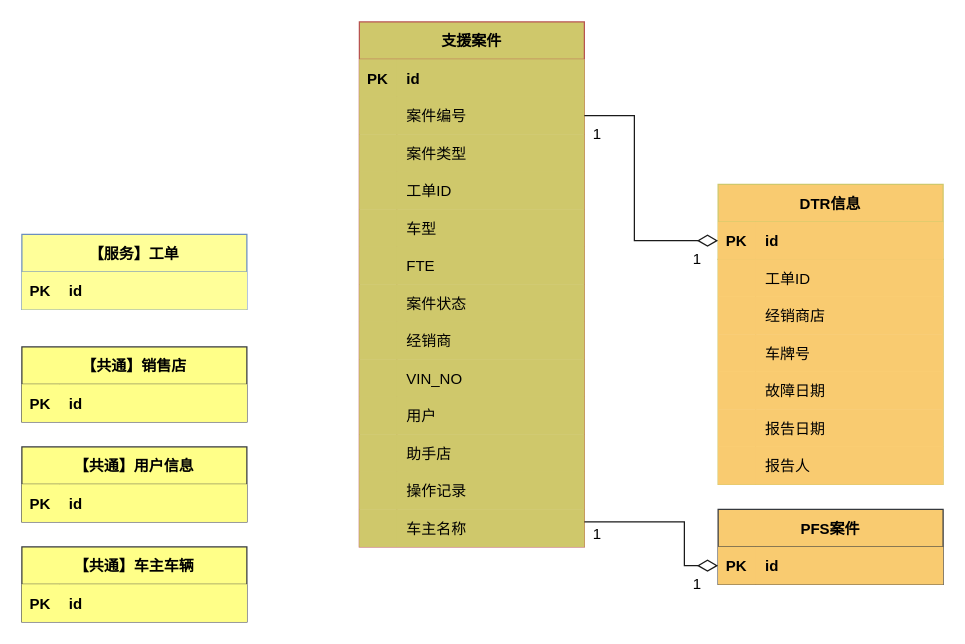
Earlier version of the draw.io diagram page "支援案件聚合根" (5 of 23) of images/支援案件时序图.drawio (1132489442/designer). Source tidied: cells renumbered, new cells numbered last; positions are measured from the earlier drawing's top-left corner, leaving out a move shared by most shapes. Both pictures are drawn from the tidied source at 125%, with x=0, y=0 at pixel (21, 21).
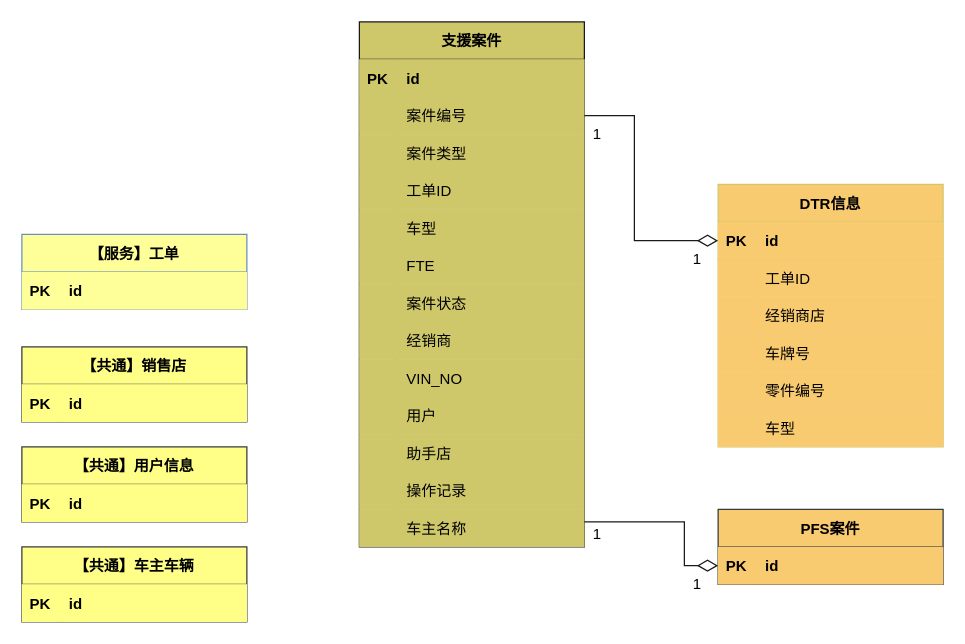
The same diagram, later.

Commit message (it also covers changes not shown here):
更新支援案件时序图.drawio

The change refers to these unchanged cells:
```xml
<mxCell id="75" style="shape=partialRectangle;fillColor=#F9CB70;top=0;left=0;bottom=0;right=0;strokeColor=#CFC86B;spacingTop=0;fontStyle=0;perimeterSpacing=0;swimlaneLine=1;sketch=0;shadow=0;labelBorderColor=none;labelBackgroundColor=none;" parent="62" vertex="1">
  <mxGeometry y="150" width="180" height="30" as="geometry" />
</mxCell>
<mxCell id="78" style="shape=partialRectangle;fillColor=#F9CB70;top=0;left=0;bottom=0;right=0;strokeColor=#CFC86B;spacingTop=0;fontStyle=0;perimeterSpacing=0;swimlaneLine=1;sketch=0;shadow=0;labelBorderColor=none;labelBackgroundColor=none;" parent="62" vertex="1">
  <mxGeometry y="180" width="180" height="30" as="geometry" />
</mxCell>
```

Diff of the diagram source:
```diff
@@
-    <mxCell id="6" value="支援案件" style="shape=table;startSize=30;childLayout=tableLayout;rowLines=0;fontStyle=1;align=center;fillColor=#CFC86B;strokeColor=#b85450;" parent="1" vertex="1">
+    <mxCell id="6" value="支援案件" style="shape=table;startSize=30;childLayout=tableLayout;rowLines=0;fontStyle=1;align=center;fillColor=#CFC86B;strokeColor=#1A1A1A;" parent="1" vertex="1">
       <mxGeometry x="270" width="180" height="420" as="geometry" />
     </mxCell>
-    <mxCell id="7" style="shape=partialRectangle;fillColor=#CFC86B;top=0;left=0;bottom=0;right=0;strokeColor=#b85450;" parent="6" vertex="1">
+    <mxCell id="7" style="shape=partialRectangle;fillColor=#CFC86B;top=0;left=0;bottom=0;right=0;strokeColor=#1A1A1A;" parent="6" vertex="1">
       <mxGeometry y="30" width="180" height="30" as="geometry" />
     </mxCell>
-    <mxCell id="8" value="PK" style="shape=partialRectangle;fillColor=#CFC86B;top=0;left=0;bottom=0;right=0;overflow=hidden;strokeColor=#b85450;fontStyle=1;" parent="7" vertex="1">
+    <mxCell id="8" value="PK" style="shape=partialRectangle;fillColor=#CFC86B;top=0;left=0;bottom=0;right=0;overflow=hidden;strokeColor=#1A1A1A;fontStyle=1;" parent="7" vertex="1">
       <mxGeometry width="30" height="30" as="geometry" />
     </mxCell>
-    <mxCell id="9" value="id" style="shape=partialRectangle;fillColor=#CFC86B;top=0;left=0;bottom=0;right=0;align=left;spacingLeft=6;overflow=hidden;strokeColor=#b85450;fontStyle=1;" parent="7" vertex="1">
+    <mxCell id="9" value="id" style="shape=partialRectangle;fillColor=#CFC86B;top=0;left=0;bottom=0;right=0;align=left;spacingLeft=6;overflow=hidden;strokeColor=#1A1A1A;fontStyle=1;" parent="7" vertex="1">
       <mxGeometry x="30" width="150" height="30" as="geometry" />
     </mxCell>
-    <mxCell id="10" style="shape=partialRectangle;fillColor=#CFC86B;top=0;left=0;bottom=0;right=0;points=[[0,0.5],[1,0.5]];portConstraint=eastwest;strokeColor=#b85450;" parent="6" vertex="1">
+    <mxCell id="10" style="shape=partialRectangle;fillColor=#CFC86B;top=0;left=0;bottom=0;right=0;points=[[0,0.5],[1,0.5]];portConstraint=eastwest;strokeColor=#1A1A1A;" parent="6" vertex="1">
       <mxGeometry y="60" width="180" height="30" as="geometry" />
     </mxCell>
-    <mxCell id="11" style="shape=partialRectangle;fillColor=#CFC86B;top=0;left=0;bottom=0;right=0;overflow=hidden;strokeColor=#b85450;" parent="10" vertex="1">
+    <mxCell id="11" style="shape=partialRectangle;fillColor=#CFC86B;top=0;left=0;bottom=0;right=0;overflow=hidden;strokeColor=#1A1A1A;" parent="10" vertex="1">
       <mxGeometry width="30" height="30" as="geometry" />
     </mxCell>
-    <mxCell id="12" value="案件编号" style="shape=partialRectangle;fillColor=#CFC86B;top=0;left=0;bottom=0;right=0;align=left;spacingLeft=6;overflow=hidden;strokeColor=#b85450;" parent="10" vertex="1">
+    <mxCell id="12" value="案件编号" style="shape=partialRectangle;fillColor=#CFC86B;top=0;left=0;bottom=0;right=0;align=left;spacingLeft=6;overflow=hidden;strokeColor=#1A1A1A;" parent="10" vertex="1">
       <mxGeometry x="30" width="150" height="30" as="geometry" />
     </mxCell>
-    <mxCell id="13" style="shape=partialRectangle;fillColor=#CFC86B;top=0;left=0;bottom=0;right=0;strokeColor=#b85450;" parent="6" vertex="1">
+    <mxCell id="13" style="shape=partialRectangle;fillColor=#CFC86B;top=0;left=0;bottom=0;right=0;strokeColor=#1A1A1A;" parent="6" vertex="1">
       <mxGeometry y="90" width="180" height="30" as="geometry" />
     </mxCell>
-    <mxCell id="14" style="shape=partialRectangle;fillColor=#CFC86B;top=0;left=0;bottom=0;right=0;overflow=hidden;strokeColor=#b85450;" parent="13" vertex="1">
+    <mxCell id="14" style="shape=partialRectangle;fillColor=#CFC86B;top=0;left=0;bottom=0;right=0;overflow=hidden;strokeColor=#1A1A1A;" parent="13" vertex="1">
       <mxGeometry width="30" height="30" as="geometry" />
     </mxCell>
-    <mxCell id="15" value="案件类型" style="shape=partialRectangle;fillColor=#CFC86B;top=0;left=0;bottom=0;right=0;align=left;spacingLeft=6;overflow=hidden;strokeColor=#b85450;" parent="13" vertex="1">
+    <mxCell id="15" value="案件类型" style="shape=partialRectangle;fillColor=#CFC86B;top=0;left=0;bottom=0;right=0;align=left;spacingLeft=6;overflow=hidden;strokeColor=#1A1A1A;" parent="13" vertex="1">
       <mxGeometry x="30" width="150" height="30" as="geometry" />
     </mxCell>
-    <mxCell id="16" style="shape=partialRectangle;fillColor=#CFC86B;top=0;left=0;bottom=0;right=0;strokeColor=#b85450;" parent="6" vertex="1">
+    <mxCell id="16" style="shape=partialRectangle;fillColor=#CFC86B;top=0;left=0;bottom=0;right=0;strokeColor=#1A1A1A;" parent="6" vertex="1">
       <mxGeometry y="120" width="180" height="30" as="geometry" />
     </mxCell>
-    <mxCell id="17" style="shape=partialRectangle;fillColor=#CFC86B;top=0;left=0;bottom=0;right=0;overflow=hidden;strokeColor=#b85450;" parent="16" vertex="1">
+    <mxCell id="17" style="shape=partialRectangle;fillColor=#CFC86B;top=0;left=0;bottom=0;right=0;overflow=hidden;strokeColor=#1A1A1A;" parent="16" vertex="1">
       <mxGeometry width="30" height="30" as="geometry" />
     </mxCell>
-    <mxCell id="18" value="工单ID" style="shape=partialRectangle;fillColor=#CFC86B;top=0;left=0;bottom=0;right=0;align=left;spacingLeft=6;overflow=hidden;strokeColor=#b85450;" parent="16" vertex="1">
+    <mxCell id="18" value="工单ID" style="shape=partialRectangle;fillColor=#CFC86B;top=0;left=0;bottom=0;right=0;align=left;spacingLeft=6;overflow=hidden;strokeColor=#1A1A1A;" parent="16" vertex="1">
       <mxGeometry x="30" width="150" height="30" as="geometry" />
     </mxCell>
-    <mxCell id="19" style="shape=partialRectangle;fillColor=#CFC86B;top=0;left=0;bottom=0;right=0;strokeColor=#b85450;" parent="6" vertex="1">
+    <mxCell id="19" style="shape=partialRectangle;fillColor=#CFC86B;top=0;left=0;bottom=0;right=0;strokeColor=#1A1A1A;" parent="6" vertex="1">
       <mxGeometry y="150" width="180" height="30" as="geometry" />
     </mxCell>
-    <mxCell id="20" style="shape=partialRectangle;fillColor=#CFC86B;top=0;left=0;bottom=0;right=0;overflow=hidden;strokeColor=#b85450;" parent="19" vertex="1">
+    <mxCell id="20" style="shape=partialRectangle;fillColor=#CFC86B;top=0;left=0;bottom=0;right=0;overflow=hidden;strokeColor=#1A1A1A;" parent="19" vertex="1">
       <mxGeometry width="30" height="30" as="geometry" />
     </mxCell>
-    <mxCell id="21" value="车型" style="shape=partialRectangle;fillColor=#CFC86B;top=0;left=0;bottom=0;right=0;align=left;spacingLeft=6;overflow=hidden;strokeColor=#b85450;" parent="19" vertex="1">
+    <mxCell id="21" value="车型" style="shape=partialRectangle;fillColor=#CFC86B;top=0;left=0;bottom=0;right=0;align=left;spacingLeft=6;overflow=hidden;strokeColor=#1A1A1A;" parent="19" vertex="1">
       <mxGeometry x="30" width="150" height="30" as="geometry" />
     </mxCell>
-    <mxCell id="22" style="shape=partialRectangle;fillColor=#CFC86B;top=0;left=0;bottom=0;right=0;strokeColor=#b85450;" parent="6" vertex="1">
+    <mxCell id="22" style="shape=partialRectangle;fillColor=#CFC86B;top=0;left=0;bottom=0;right=0;strokeColor=#1A1A1A;" parent="6" vertex="1">
       <mxGeometry y="180" width="180" height="30" as="geometry" />
     </mxCell>
-    <mxCell id="23" style="shape=partialRectangle;fillColor=#CFC86B;top=0;left=0;bottom=0;right=0;overflow=hidden;strokeColor=#b85450;" parent="22" vertex="1">
+    <mxCell id="23" style="shape=partialRectangle;fillColor=#CFC86B;top=0;left=0;bottom=0;right=0;overflow=hidden;strokeColor=#1A1A1A;" parent="22" vertex="1">
       <mxGeometry width="30" height="30" as="geometry" />
     </mxCell>
-    <mxCell id="24" value="FTE" style="shape=partialRectangle;fillColor=#CFC86B;top=0;left=0;bottom=0;right=0;align=left;spacingLeft=6;overflow=hidden;strokeColor=#b85450;" parent="22" vertex="1">
+    <mxCell id="24" value="FTE" style="shape=partialRectangle;fillColor=#CFC86B;top=0;left=0;bottom=0;right=0;align=left;spacingLeft=6;overflow=hidden;strokeColor=#1A1A1A;" parent="22" vertex="1">
       <mxGeometry x="30" width="150" height="30" as="geometry" />
     </mxCell>
-    <mxCell id="25" style="shape=partialRectangle;fillColor=#CFC86B;top=0;left=0;bottom=0;right=0;strokeColor=#b85450;" parent="6" vertex="1">
+    <mxCell id="25" style="shape=partialRectangle;fillColor=#CFC86B;top=0;left=0;bottom=0;right=0;strokeColor=#1A1A1A;" parent="6" vertex="1">
       <mxGeometry y="210" width="180" height="30" as="geometry" />
     </mxCell>
-    <mxCell id="26" style="shape=partialRectangle;fillColor=#CFC86B;top=0;left=0;bottom=0;right=0;overflow=hidden;strokeColor=#b85450;" parent="25" vertex="1">
+    <mxCell id="26" style="shape=partialRectangle;fillColor=#CFC86B;top=0;left=0;bottom=0;right=0;overflow=hidden;strokeColor=#1A1A1A;" parent="25" vertex="1">
       <mxGeometry width="30" height="30" as="geometry" />
     </mxCell>
-    <mxCell id="27" value="案件状态" style="shape=partialRectangle;fillColor=#CFC86B;top=0;left=0;bottom=0;right=0;align=left;spacingLeft=6;overflow=hidden;strokeColor=#b85450;" parent="25" vertex="1">
+    <mxCell id="27" value="案件状态" style="shape=partialRectangle;fillColor=#CFC86B;top=0;left=0;bottom=0;right=0;align=left;spacingLeft=6;overflow=hidden;strokeColor=#1A1A1A;" parent="25" vertex="1">
       <mxGeometry x="30" width="150" height="30" as="geometry" />
     </mxCell>
-    <mxCell id="28" style="shape=partialRectangle;fillColor=#CFC86B;top=0;left=0;bottom=0;right=0;strokeColor=#b85450;" parent="6" vertex="1">
+    <mxCell id="28" style="shape=partialRectangle;fillColor=#CFC86B;top=0;left=0;bottom=0;right=0;strokeColor=#1A1A1A;" parent="6" vertex="1">
       <mxGeometry y="240" width="180" height="30" as="geometry" />
     </mxCell>
-    <mxCell id="29" style="shape=partialRectangle;fillColor=#CFC86B;top=0;left=0;bottom=0;right=0;overflow=hidden;strokeColor=#b85450;" parent="28" vertex="1">
+    <mxCell id="29" style="shape=partialRectangle;fillColor=#CFC86B;top=0;left=0;bottom=0;right=0;overflow=hidden;strokeColor=#1A1A1A;" parent="28" vertex="1">
       <mxGeometry width="30" height="30" as="geometry" />
     </mxCell>
-    <mxCell id="30" value="经销商" style="shape=partialRectangle;fillColor=#CFC86B;top=0;left=0;bottom=0;right=0;align=left;spacingLeft=6;overflow=hidden;strokeColor=#b85450;" parent="28" vertex="1">
+    <mxCell id="30" value="经销商" style="shape=partialRectangle;fillColor=#CFC86B;top=0;left=0;bottom=0;right=0;align=left;spacingLeft=6;overflow=hidden;strokeColor=#1A1A1A;" parent="28" vertex="1">
       <mxGeometry x="30" width="150" height="30" as="geometry" />
     </mxCell>
-    <mxCell id="31" style="shape=partialRectangle;fillColor=#CFC86B;top=0;left=0;bottom=0;right=0;strokeColor=#b85450;" parent="6" vertex="1">
+    <mxCell id="31" style="shape=partialRectangle;fillColor=#CFC86B;top=0;left=0;bottom=0;right=0;strokeColor=#1A1A1A;" parent="6" vertex="1">
       <mxGeometry y="270" width="180" height="30" as="geometry" />
     </mxCell>
-    <mxCell id="32" style="shape=partialRectangle;fillColor=#CFC86B;top=0;left=0;bottom=0;right=0;overflow=hidden;strokeColor=#b85450;" parent="31" vertex="1">
+    <mxCell id="32" style="shape=partialRectangle;fillColor=#CFC86B;top=0;left=0;bottom=0;right=0;overflow=hidden;strokeColor=#1A1A1A;" parent="31" vertex="1">
       <mxGeometry width="30" height="30" as="geometry" />
     </mxCell>
-    <mxCell id="33" value="VIN_NO" style="shape=partialRectangle;fillColor=#CFC86B;top=0;left=0;bottom=0;right=0;align=left;spacingLeft=6;overflow=hidden;strokeColor=#b85450;" parent="31" vertex="1">
+    <mxCell id="33" value="VIN_NO" style="shape=partialRectangle;fillColor=#CFC86B;top=0;left=0;bottom=0;right=0;align=left;spacingLeft=6;overflow=hidden;strokeColor=#1A1A1A;" parent="31" vertex="1">
       <mxGeometry x="30" width="150" height="30" as="geometry" />
     </mxCell>
-    <mxCell id="34" style="shape=partialRectangle;fillColor=#CFC86B;top=0;left=0;bottom=0;right=0;strokeColor=#b85450;" parent="6" vertex="1">
+    <mxCell id="34" style="shape=partialRectangle;fillColor=#CFC86B;top=0;left=0;bottom=0;right=0;strokeColor=#1A1A1A;" parent="6" vertex="1">
       <mxGeometry y="300" width="180" height="30" as="geometry" />
     </mxCell>
-    <mxCell id="35" style="shape=partialRectangle;fillColor=#CFC86B;top=0;left=0;bottom=0;right=0;overflow=hidden;strokeColor=#b85450;" parent="34" vertex="1">
+    <mxCell id="35" style="shape=partialRectangle;fillColor=#CFC86B;top=0;left=0;bottom=0;right=0;overflow=hidden;strokeColor=#1A1A1A;" parent="34" vertex="1">
       <mxGeometry width="30" height="30" as="geometry" />
     </mxCell>
-    <mxCell id="36" value="用户" style="shape=partialRectangle;fillColor=#CFC86B;top=0;left=0;bottom=0;right=0;align=left;spacingLeft=6;overflow=hidden;strokeColor=#b85450;" parent="34" vertex="1">
+    <mxCell id="36" value="用户" style="shape=partialRectangle;fillColor=#CFC86B;top=0;left=0;bottom=0;right=0;align=left;spacingLeft=6;overflow=hidden;strokeColor=#1A1A1A;" parent="34" vertex="1">
       <mxGeometry x="30" width="150" height="30" as="geometry" />
     </mxCell>
-    <mxCell id="37" style="shape=partialRectangle;fillColor=#CFC86B;top=0;left=0;bottom=0;right=0;strokeColor=#b85450;" parent="6" vertex="1">
+    <mxCell id="37" style="shape=partialRectangle;fillColor=#CFC86B;top=0;left=0;bottom=0;right=0;strokeColor=#1A1A1A;" parent="6" vertex="1">
       <mxGeometry y="330" width="180" height="30" as="geometry" />
     </mxCell>
-    <mxCell id="38" style="shape=partialRectangle;fillColor=#CFC86B;top=0;left=0;bottom=0;right=0;overflow=hidden;strokeColor=#b85450;" parent="37" vertex="1">
+    <mxCell id="38" style="shape=partialRectangle;fillColor=#CFC86B;top=0;left=0;bottom=0;right=0;overflow=hidden;strokeColor=#1A1A1A;" parent="37" vertex="1">
       <mxGeometry width="30" height="30" as="geometry" />
     </mxCell>
-    <mxCell id="39" value="助手店" style="shape=partialRectangle;fillColor=#CFC86B;top=0;left=0;bottom=0;right=0;align=left;spacingLeft=6;overflow=hidden;strokeColor=#b85450;" parent="37" vertex="1">
+    <mxCell id="39" value="助手店" style="shape=partialRectangle;fillColor=#CFC86B;top=0;left=0;bottom=0;right=0;align=left;spacingLeft=6;overflow=hidden;strokeColor=#1A1A1A;" parent="37" vertex="1">
       <mxGeometry x="30" width="150" height="30" as="geometry" />
     </mxCell>
-    <mxCell id="40" style="shape=partialRectangle;fillColor=#CFC86B;top=0;left=0;bottom=0;right=0;strokeColor=#b85450;" parent="6" vertex="1">
+    <mxCell id="40" style="shape=partialRectangle;fillColor=#CFC86B;top=0;left=0;bottom=0;right=0;strokeColor=#1A1A1A;" parent="6" vertex="1">
       <mxGeometry y="360" width="180" height="30" as="geometry" />
     </mxCell>
-    <mxCell id="41" style="shape=partialRectangle;fillColor=#CFC86B;top=0;left=0;bottom=0;right=0;overflow=hidden;strokeColor=#b85450;" parent="40" vertex="1">
+    <mxCell id="41" style="shape=partialRectangle;fillColor=#CFC86B;top=0;left=0;bottom=0;right=0;overflow=hidden;strokeColor=#1A1A1A;" parent="40" vertex="1">
       <mxGeometry width="30" height="30" as="geometry" />
     </mxCell>
-    <mxCell id="42" value="操作记录" style="shape=partialRectangle;fillColor=#CFC86B;top=0;left=0;bottom=0;right=0;align=left;spacingLeft=6;overflow=hidden;strokeColor=#b85450;" parent="40" vertex="1">
+    <mxCell id="42" value="操作记录" style="shape=partialRectangle;fillColor=#CFC86B;top=0;left=0;bottom=0;right=0;align=left;spacingLeft=6;overflow=hidden;strokeColor=#1A1A1A;" parent="40" vertex="1">
       <mxGeometry x="30" width="150" height="30" as="geometry" />
     </mxCell>
-    <mxCell id="43" style="shape=partialRectangle;fillColor=#CFC86B;top=0;left=0;bottom=0;right=0;strokeColor=#b85450;" parent="6" vertex="1">
+    <mxCell id="43" style="shape=partialRectangle;fillColor=#CFC86B;top=0;left=0;bottom=0;right=0;strokeColor=#1A1A1A;" parent="6" vertex="1">
       <mxGeometry y="390" width="180" height="30" as="geometry" />
     </mxCell>
-    <mxCell id="44" style="shape=partialRectangle;fillColor=#CFC86B;top=0;left=0;bottom=0;right=0;overflow=hidden;strokeColor=#b85450;" parent="43" vertex="1">
+    <mxCell id="44" style="shape=partialRectangle;fillColor=#CFC86B;top=0;left=0;bottom=0;right=0;overflow=hidden;strokeColor=#1A1A1A;" parent="43" vertex="1">
       <mxGeometry width="30" height="30" as="geometry" />
     </mxCell>
-    <mxCell id="45" value="车主名称" style="shape=partialRectangle;fillColor=#CFC86B;top=0;left=0;bottom=0;right=0;align=left;spacingLeft=6;overflow=hidden;strokeColor=#b85450;" parent="43" vertex="1">
+    <mxCell id="45" value="车主名称" style="shape=partialRectangle;fillColor=#CFC86B;top=0;left=0;bottom=0;right=0;align=left;spacingLeft=6;overflow=hidden;strokeColor=#1A1A1A;" parent="43" vertex="1">
       <mxGeometry x="30" width="150" height="30" as="geometry" />
     </mxCell>
@@
     <mxCell id="62" value="DTR信息" style="shape=table;startSize=30;childLayout=tableLayout;rowLines=0;fontStyle=1;align=center;strokeColor=#CFC86B;fillColor=#F9CB70;spacingTop=0;perimeterSpacing=0;swimlaneLine=1;sketch=0;shadow=0;labelBorderColor=none;labelBackgroundColor=none;" parent="1" vertex="1">
-      <mxGeometry x="557" y="130" width="180" height="240" as="geometry" />
+      <mxGeometry x="557" y="130" width="180" height="210" as="geometry" />
     </mxCell>
@@
-    <mxCell id="76" style="shape=partialRectangle;fillColor=#F9CB70;top=0;left=0;bottom=0;right=0;overflow=hidden;strokeColor=#CFC86B;spacingTop=0;fontStyle=0;perimeterSpacing=0;swimlaneLine=1;sketch=0;shadow=0;labelBorderColor=none;labelBackgroundColor=none;" parent="75" vertex="1">
-      <mxGeometry width="30" height="30" as="geometry" />
-    </mxCell>
-    <mxCell id="77" value="故障日期" style="shape=partialRectangle;fillColor=#F9CB70;top=0;left=0;bottom=0;right=0;align=left;spacingLeft=6;overflow=hidden;strokeColor=#CFC86B;spacingTop=0;fontStyle=0;perimeterSpacing=0;swimlaneLine=1;sketch=0;shadow=0;labelBorderColor=none;labelBackgroundColor=none;" parent="75" vertex="1">
-      <mxGeometry x="30" width="150" height="30" as="geometry" />
-    </mxCell>
+    <mxCell id="90" style="shape=partialRectangle;fillColor=#F9CB70;top=0;left=0;bottom=0;right=0;overflow=hidden;strokeColor=#CFC86B;spacingTop=0;fontStyle=0;perimeterSpacing=0;swimlaneLine=1;sketch=0;shadow=0;labelBorderColor=none;labelBackgroundColor=none;" parent="75" vertex="1">
+      <mxGeometry width="30" height="30" as="geometry" />
+    </mxCell>
+    <mxCell id="91" value="零件编号" style="shape=partialRectangle;fillColor=#F9CB70;top=0;left=0;bottom=0;right=0;align=left;spacingLeft=6;overflow=hidden;strokeColor=#CFC86B;spacingTop=0;fontStyle=0;perimeterSpacing=0;swimlaneLine=1;sketch=0;shadow=0;labelBorderColor=none;labelBackgroundColor=none;" parent="75" vertex="1">
+      <mxGeometry x="30" width="150" height="30" as="geometry" />
+    </mxCell>
@@
-    <mxCell id="79" style="shape=partialRectangle;fillColor=#F9CB70;top=0;left=0;bottom=0;right=0;overflow=hidden;strokeColor=#CFC86B;spacingTop=0;fontStyle=0;perimeterSpacing=0;swimlaneLine=1;sketch=0;shadow=0;labelBorderColor=none;labelBackgroundColor=none;" parent="78" vertex="1">
-      <mxGeometry width="30" height="30" as="geometry" />
-    </mxCell>
-    <mxCell id="80" value="报告日期" style="shape=partialRectangle;fillColor=#F9CB70;top=0;left=0;bottom=0;right=0;align=left;spacingLeft=6;overflow=hidden;strokeColor=#CFC86B;spacingTop=0;fontStyle=0;perimeterSpacing=0;swimlaneLine=1;sketch=0;shadow=0;labelBorderColor=none;labelBackgroundColor=none;" parent="78" vertex="1">
-      <mxGeometry x="30" width="150" height="30" as="geometry" />
-    </mxCell>
-    <mxCell id="81" style="shape=partialRectangle;fillColor=#F9CB70;top=0;left=0;bottom=0;right=0;strokeColor=#CFC86B;spacingTop=0;fontStyle=0;perimeterSpacing=0;swimlaneLine=1;sketch=0;shadow=0;labelBorderColor=none;labelBackgroundColor=none;" parent="62" vertex="1">
-      <mxGeometry y="210" width="180" height="30" as="geometry" />
-    </mxCell>
-    <mxCell id="82" style="shape=partialRectangle;fillColor=#F9CB70;top=0;left=0;bottom=0;right=0;overflow=hidden;strokeColor=#CFC86B;spacingTop=0;fontStyle=0;perimeterSpacing=0;swimlaneLine=1;sketch=0;shadow=0;labelBorderColor=none;labelBackgroundColor=none;" parent="81" vertex="1">
-      <mxGeometry width="30" height="30" as="geometry" />
-    </mxCell>
-    <mxCell id="83" value="报告人" style="shape=partialRectangle;fillColor=#F9CB70;top=0;left=0;bottom=0;right=0;align=left;spacingLeft=6;overflow=hidden;strokeColor=#CFC86B;spacingTop=0;fontStyle=0;perimeterSpacing=0;swimlaneLine=1;sketch=0;shadow=0;labelBorderColor=none;labelBackgroundColor=none;" parent="81" vertex="1">
-      <mxGeometry x="30" width="150" height="30" as="geometry" />
-    </mxCell>
+    <mxCell id="92" style="shape=partialRectangle;fillColor=#F9CB70;top=0;left=0;bottom=0;right=0;overflow=hidden;strokeColor=#CFC86B;spacingTop=0;fontStyle=0;perimeterSpacing=0;swimlaneLine=1;sketch=0;shadow=0;labelBorderColor=none;labelBackgroundColor=none;" parent="78" vertex="1">
+      <mxGeometry width="30" height="30" as="geometry" />
+    </mxCell>
+    <mxCell id="93" value="车型" style="shape=partialRectangle;fillColor=#F9CB70;top=0;left=0;bottom=0;right=0;align=left;spacingLeft=6;overflow=hidden;strokeColor=#CFC86B;spacingTop=0;fontStyle=0;perimeterSpacing=0;swimlaneLine=1;sketch=0;shadow=0;labelBorderColor=none;labelBackgroundColor=none;" parent="78" vertex="1">
+      <mxGeometry x="30" width="150" height="30" as="geometry" />
+    </mxCell>
```
